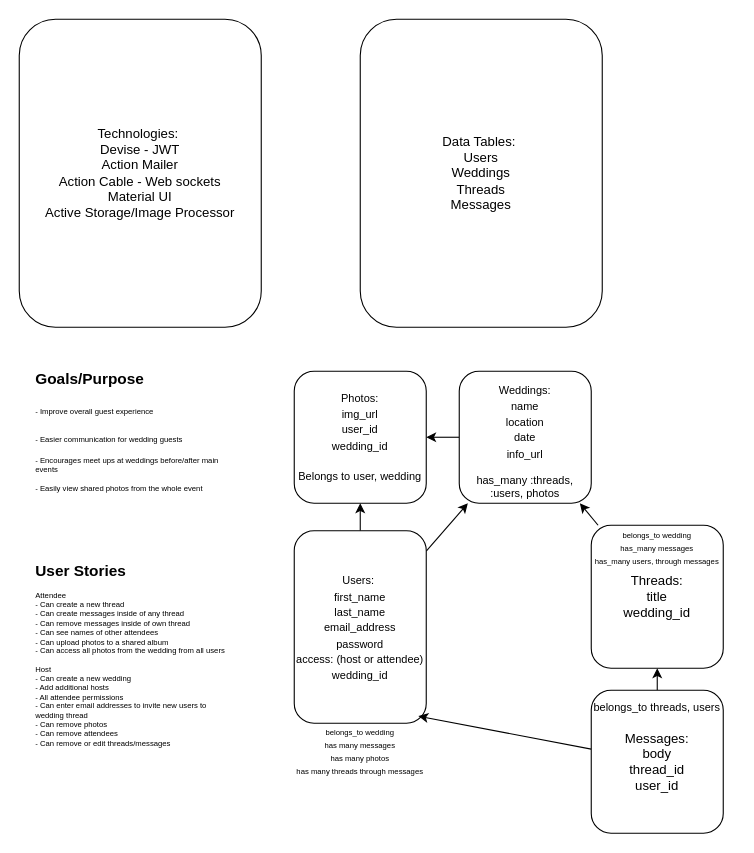
Before: idea.drawio in kalerampy/wed-thread, a draw.io diagram. Source tidied: cells renumbered, new cells numbered last; positions are measured from the earlier drawing's top-left corner, leaving out a move shared by most shapes. Both pictures are drawn from the tidied source at 110%, with x=0, y=0 at pixel (19, 19).
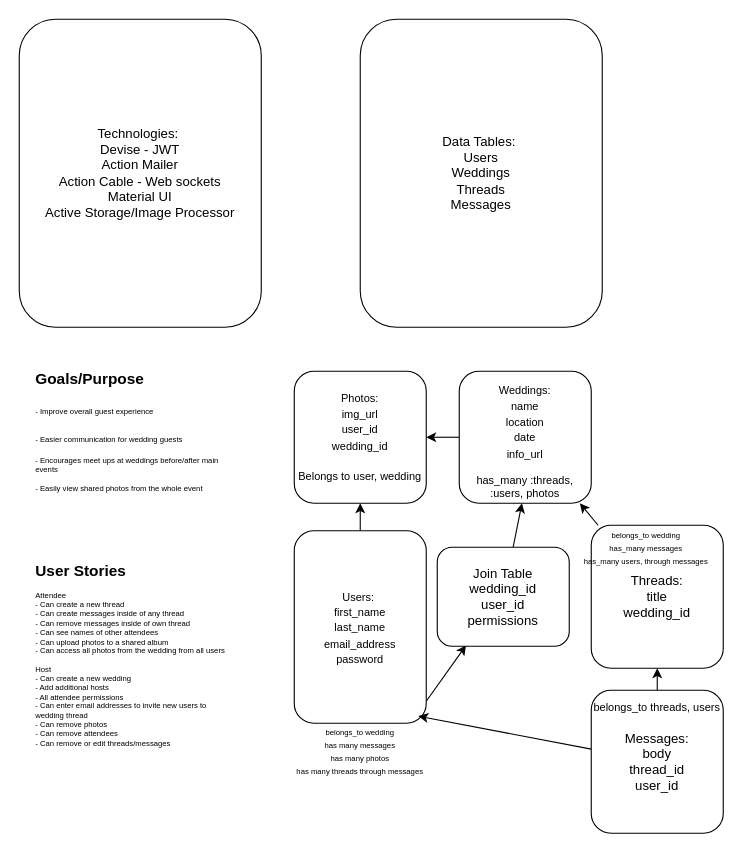
After the change.

The change refers to these unchanged cells:
```xml
<mxCell id="8" value="&lt;font style=&quot;font-size: 10px&quot;&gt;Weddings:&lt;br&gt;name&lt;br&gt;location&lt;br&gt;date&lt;br&gt;info_url&lt;br&gt;&lt;br&gt;&lt;br&gt;&lt;/font&gt;" style="rounded=1;whiteSpace=wrap;html=1;" parent="1" vertex="1">
  <mxGeometry x="400" y="320" width="120" height="120" as="geometry" />
</mxCell>
<mxCell id="15" value="has_many :threads, :users, photos" style="text;html=1;strokeColor=none;fillColor=none;align=center;verticalAlign=middle;whiteSpace=wrap;rounded=0;fontSize=10;" parent="1" vertex="1">
  <mxGeometry x="405" y="410" width="110" height="30" as="geometry" />
</mxCell>
```

What changed in the source:
```diff
@@
-    <mxCell id="4" style="edgeStyle=none;html=1;fontSize=10;" parent="1" edge="1" source="6" target="8">
-      <mxGeometry relative="1" as="geometry" />
-    </mxCell>
@@
+    <mxCell id="22" style="edgeStyle=none;html=1;entryX=0.218;entryY=0.991;entryDx=0;entryDy=0;entryPerimeter=0;exitX=1;exitY=0.886;exitDx=0;exitDy=0;exitPerimeter=0;" parent="1" edge="1" source="6" target="24">
+      <mxGeometry relative="1" as="geometry" />
+    </mxCell>
-    <mxCell id="6" value="&lt;font style=&quot;font-size: 10px&quot;&gt;Users:&amp;nbsp;&lt;br&gt;first_name&lt;br&gt;last_name&lt;br&gt;email_address&lt;br&gt;password&lt;br&gt;access: (host or attendee)&lt;br&gt;wedding_id&lt;br&gt;&lt;/font&gt;" style="rounded=1;whiteSpace=wrap;html=1;" parent="1" vertex="1">
+    <mxCell id="6" value="&lt;font style=&quot;font-size: 10px&quot;&gt;Users:&amp;nbsp;&lt;br&gt;first_name&lt;br&gt;last_name&lt;br&gt;email_address&lt;br&gt;password&lt;br&gt;&lt;/font&gt;" style="rounded=1;whiteSpace=wrap;html=1;" parent="1" vertex="1">
       <mxGeometry x="250" y="465" width="120" height="175" as="geometry" />
     </mxCell>
@@
     <mxCell id="16" value="&lt;font style=&quot;font-size: 7px&quot;&gt;belongs_to wedding&lt;br&gt;has_many messages&lt;br&gt;has_many users, through messages&lt;/font&gt;" style="text;html=1;strokeColor=none;fillColor=none;align=center;verticalAlign=middle;whiteSpace=wrap;rounded=0;fontSize=10;" parent="1" vertex="1">
-      <mxGeometry x="510" y="465" width="140" height="30" as="geometry" />
+      <mxGeometry x="500" y="465" width="140" height="30" as="geometry" />
     </mxCell>
@@
     <mxCell id="21" value="&lt;h1&gt;&lt;span&gt;Goals/Purpose&lt;/span&gt;&lt;/h1&gt;&lt;h1&gt;&lt;span style=&quot;font-size: 7px ; font-weight: 400&quot;&gt;- Improve overall guest experience&lt;/span&gt;&lt;/h1&gt;&lt;h1&gt;&lt;span style=&quot;font-size: 7px ; font-weight: 400&quot;&gt;- Easier communication for wedding guests&lt;/span&gt;&lt;/h1&gt;&lt;div&gt;- Encourages meet ups at weddings before/after main events&lt;/div&gt;&lt;div&gt;&lt;br&gt;&lt;/div&gt;&lt;div&gt;- Easily view shared photos from the whole event&lt;/div&gt;" style="text;html=1;strokeColor=none;fillColor=none;spacing=5;spacingTop=-20;whiteSpace=wrap;overflow=hidden;rounded=0;fontSize=7;" parent="1" vertex="1">
-      <mxGeometry x="10" y="320" width="190" height="170" as="geometry" />
+      <mxGeometry x="10" y="320" width="190" height="160" as="geometry" />
     </mxCell>
+    <mxCell id="23" style="edgeStyle=none;html=1;" parent="1" edge="1" source="24" target="15">
+      <mxGeometry relative="1" as="geometry" />
+    </mxCell>
+    <mxCell id="24" value="Join Table&lt;br&gt;wedding_id&lt;br&gt;user_id&lt;br&gt;permissions" style="rounded=1;whiteSpace=wrap;html=1;" parent="1" vertex="1">
+      <mxGeometry x="380" y="480" width="120" height="90" as="geometry" />
+    </mxCell>
```
